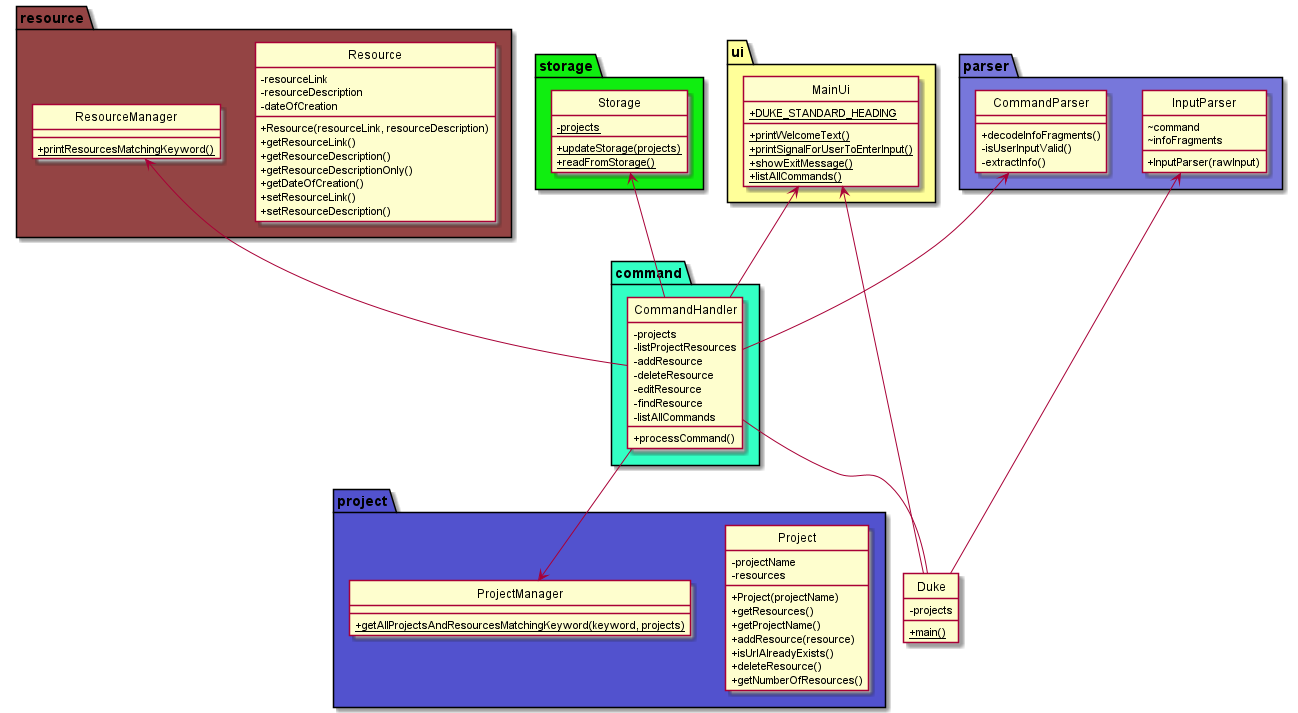
The PlantUML diagram docs/puml_img/ClassDiagram.png in s-t-e-f/tp, before a commit.
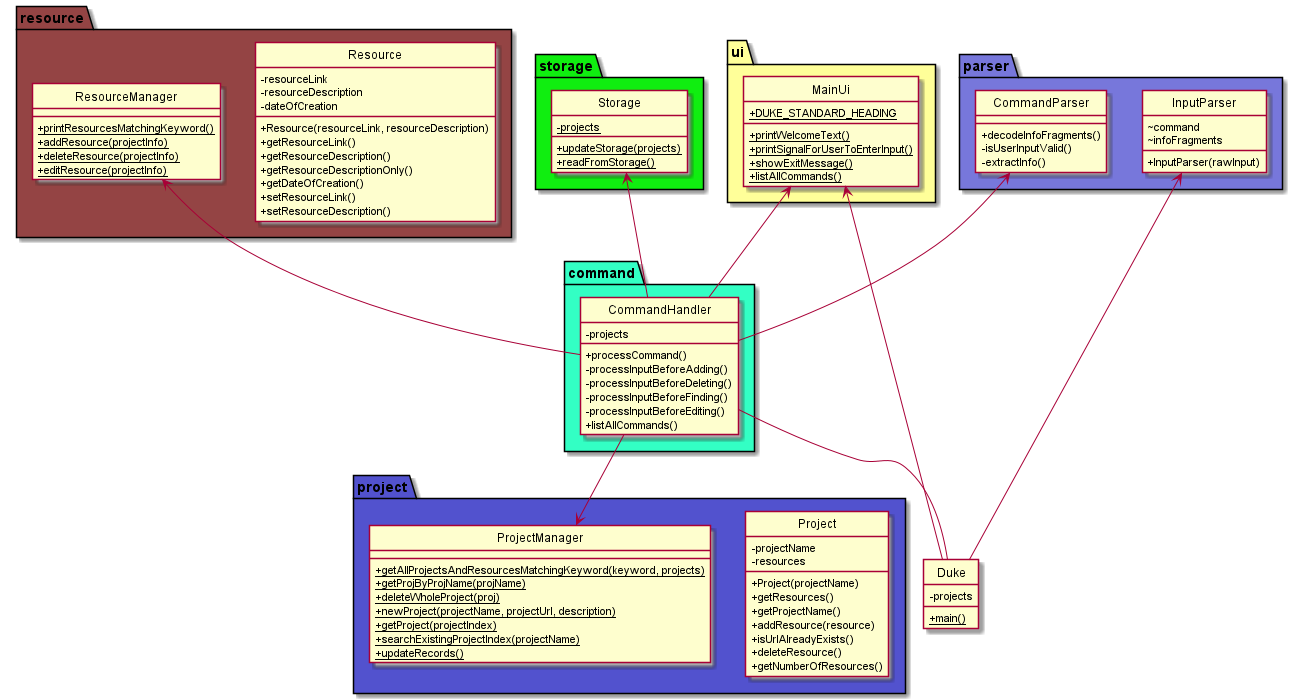
After the commit.

Commit message:
Update Class Diagram, DG and JavaDocs

Change to the diagram source:
```diff
@@ -9,12 +9,11 @@
     class CommandHandler {
         - projects
         + processCommand()
-        - listProjectResources
-        - addResource
-        - deleteResource
-        - editResource
-        - findResource
-        - listAllCommands
+        - processInputBeforeAdding()
+        - processInputBeforeDeleting()
+        - processInputBeforeFinding()
+        - processInputBeforeEditing()
+        + listAllCommands()
     }
 
 }
@@ -50,6 +49,12 @@
 
     class ProjectManager {
         + getAllProjectsAndResourcesMatchingKeyword(keyword, projects) {static}
+        + getProjByProjName(projName) {static}
+        + deleteWholeProject(proj) {static}
+        + newProject(projectName, projectUrl, description) {static}
+        + getProject(projectIndex) {static}
+        + searchExistingProjectIndex(projectName) {static}
+        + updateRecords() {static}
     }
 }
 
@@ -70,6 +75,9 @@
 
     class ResourceManager {
         + printResourcesMatchingKeyword() {static}
+        + addResource(projectInfo) {static}
+        + deleteResource(projectInfo) {static}
+        + editResource(projectInfo) {static}
     }
 }
 
```
